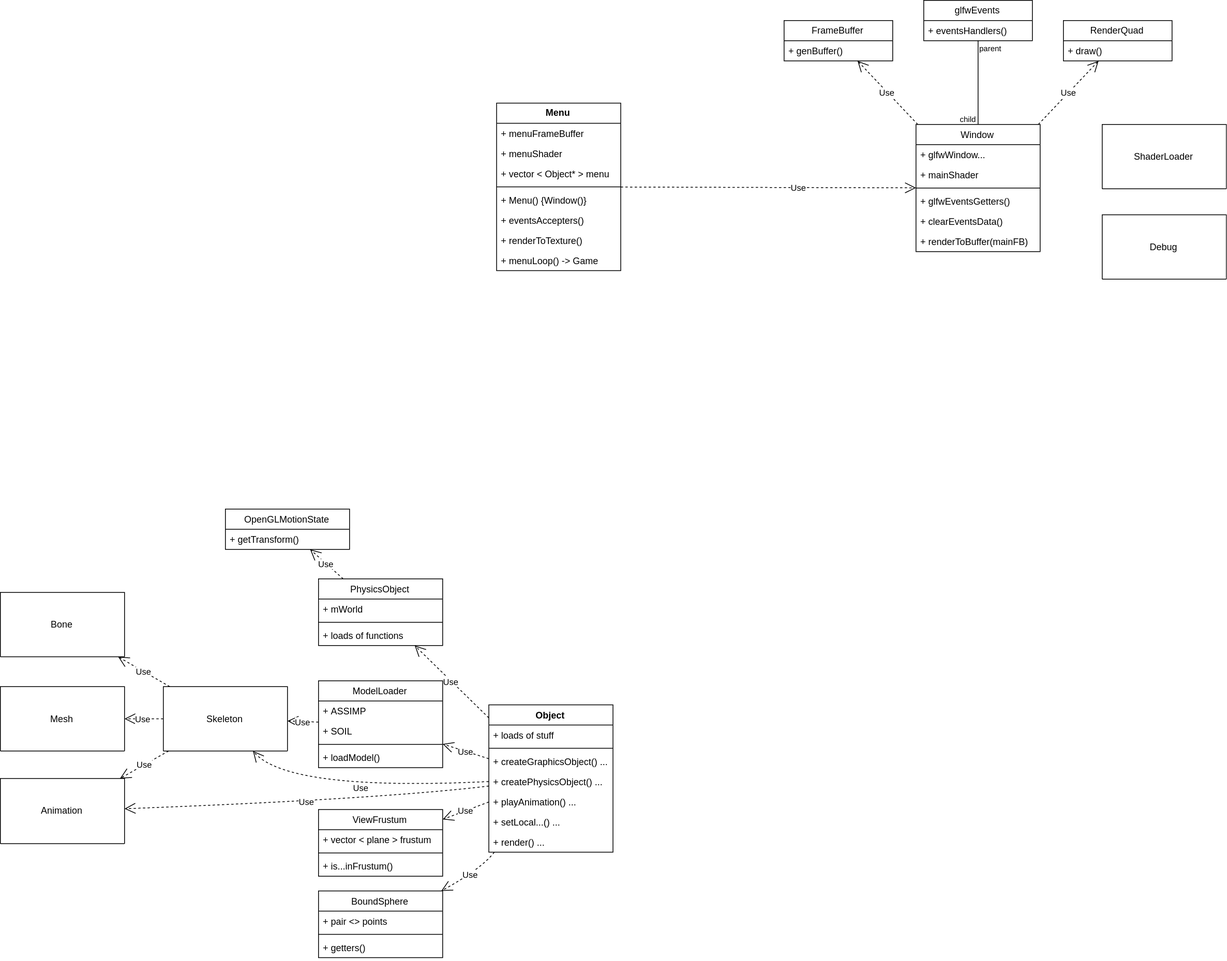
This is UML/current.png from Arvolear/Hide_and_Seek, a draw.io export, as it was before one commit. Source tidied: cells renumbered, new cells last; positions are measured from the earlier drawing's top-left corner, leaving out a move shared by most shapes.
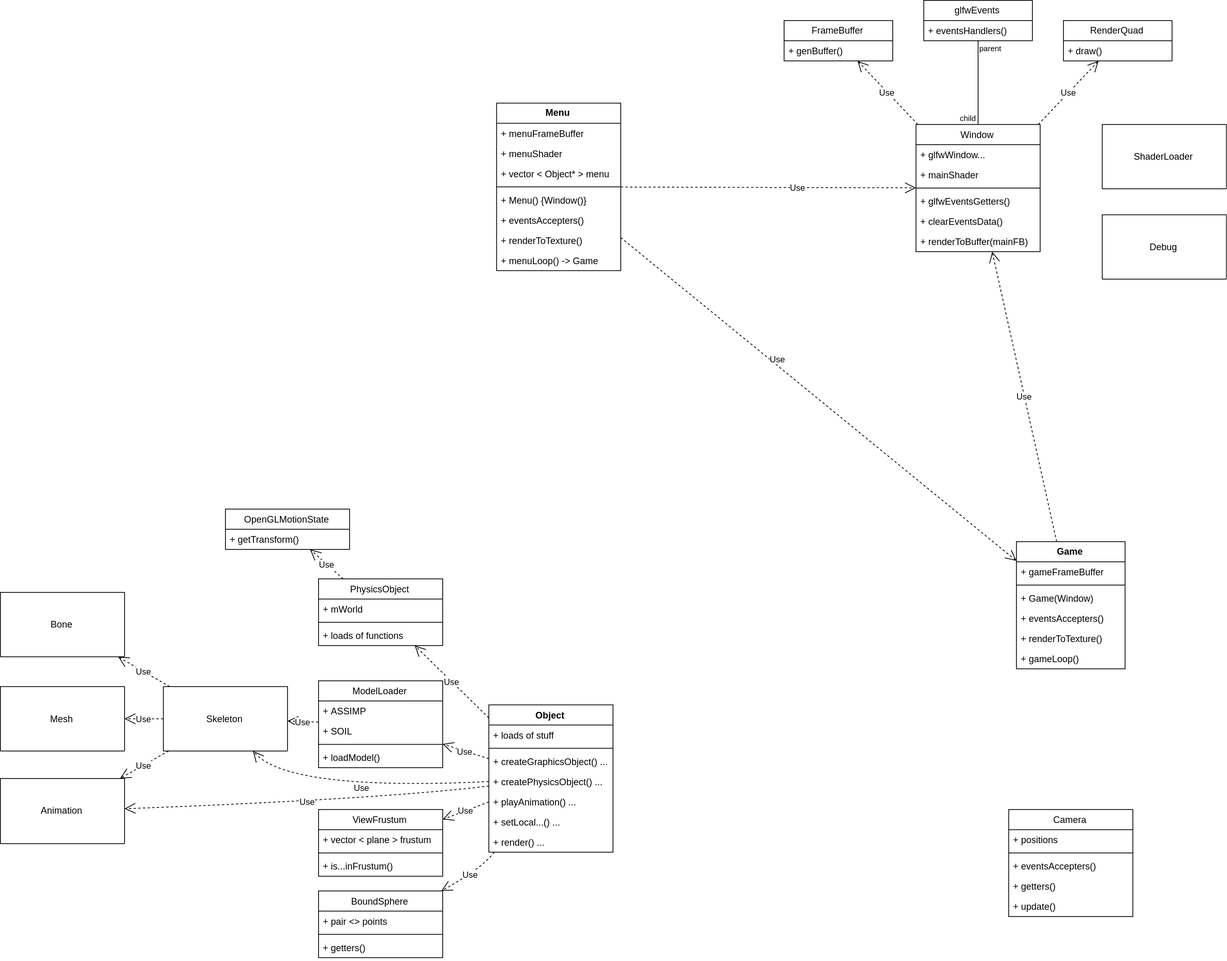
Above is the later version.

What changed in the source:
```diff
@@ -5,6 +5,9 @@
     <mxCell id="2" value="Use" style="endArrow=open;endSize=12;dashed=1;html=1;align=left;" parent="1" edge="1" source="3" target="12">
       <mxGeometry x="0.14" relative="1" as="geometry" />
     </mxCell>
+    <mxCell id="74" value="Use" style="endArrow=open;endSize=12;dashed=1;html=1;align=left;" parent="1" edge="1" source="3" target="75">
+      <mxGeometry x="-0.25" relative="1" as="geometry" />
+    </mxCell>
     <mxCell id="3" value="Menu" style="swimlane;fontStyle=1;horizontal=1;startSize=26;fillColor=none;" parent="1" vertex="1">
       <mxGeometry x="639.5" y="132.5" width="160" height="216" as="geometry" />
     </mxCell>
@@ -53,6 +56,45 @@
     <mxCell id="18" value="+ renderToBuffer(mainFB)" style="text;strokeColor=none;fillColor=none;align=left;verticalAlign=top;spacingLeft=4;spacingRight=4;overflow=hidden;" parent="12" vertex="1">
       <mxGeometry y="138" width="160" height="26" as="geometry" />
     </mxCell>
+    <mxCell id="75" value="Game" style="swimlane;fontStyle=1;horizontal=1;startSize=26;fillColor=none;" parent="1" vertex="1">
+      <mxGeometry x="1309.5" y="698" width="140" height="164" as="geometry" />
+    </mxCell>
+    <mxCell id="76" value="+ gameFrameBuffer" style="text;strokeColor=none;fillColor=none;align=left;verticalAlign=top;spacingLeft=4;spacingRight=4;overflow=hidden;" parent="75" vertex="1">
+      <mxGeometry y="26" width="140" height="26" as="geometry" />
+    </mxCell>
+    <mxCell id="77" style="line;strokeWidth=1;fillColor=none;align=left;verticalAlign=middle;spacingTop=-1;spacingLeft=3;spacingRight=3;labelPosition=right;" parent="75" vertex="1">
+      <mxGeometry y="52" width="140" height="8" as="geometry" />
+    </mxCell>
+    <mxCell id="78" value="+ Game(Window)" style="text;strokeColor=none;fillColor=none;align=left;verticalAlign=top;spacingLeft=4;spacingRight=4;overflow=hidden;" parent="75" vertex="1">
+      <mxGeometry y="60" width="140" height="26" as="geometry" />
+    </mxCell>
+    <mxCell id="79" value="+ eventsAccepters()" style="text;strokeColor=none;fillColor=none;align=left;verticalAlign=top;spacingLeft=4;spacingRight=4;overflow=hidden;" parent="75" vertex="1">
+      <mxGeometry y="86" width="140" height="26" as="geometry" />
+    </mxCell>
+    <mxCell id="80" value="+ renderToTexture()" style="text;strokeColor=none;fillColor=none;align=left;verticalAlign=top;spacingLeft=4;spacingRight=4;overflow=hidden;" parent="75" vertex="1">
+      <mxGeometry y="112" width="140" height="26" as="geometry" />
+    </mxCell>
+    <mxCell id="81" value="+ gameLoop()" style="text;strokeColor=none;fillColor=none;align=left;verticalAlign=top;spacingLeft=4;spacingRight=4;overflow=hidden;" parent="75" vertex="1">
+      <mxGeometry y="138" width="140" height="26" as="geometry" />
+    </mxCell>
+    <mxCell id="82" value="Camera" style="swimlane;fontStyle=0;align=center;verticalAlign=top;horizontal=1;startSize=26;" parent="1" vertex="1">
+      <mxGeometry x="1299.5" y="1043.5" width="160" height="138" as="geometry" />
+    </mxCell>
+    <mxCell id="83" value="+ positions" style="text;strokeColor=none;fillColor=none;align=left;verticalAlign=top;spacingLeft=4;spacingRight=4;overflow=hidden;" parent="82" vertex="1">
+      <mxGeometry y="26" width="160" height="26" as="geometry" />
+    </mxCell>
+    <mxCell id="84" style="line;strokeWidth=1;fillColor=none;align=left;verticalAlign=middle;spacingTop=-1;spacingLeft=3;spacingRight=3;labelPosition=right;" parent="82" vertex="1">
+      <mxGeometry y="52" width="160" height="8" as="geometry" />
+    </mxCell>
+    <mxCell id="85" value="+ eventsAccepters()" style="text;strokeColor=none;fillColor=none;align=left;verticalAlign=top;spacingLeft=4;spacingRight=4;overflow=hidden;" parent="82" vertex="1">
+      <mxGeometry y="60" width="160" height="26" as="geometry" />
+    </mxCell>
+    <mxCell id="86" value="+ getters()" style="text;strokeColor=none;fillColor=none;align=left;verticalAlign=top;spacingLeft=4;spacingRight=4;overflow=hidden;" parent="82" vertex="1">
+      <mxGeometry y="86" width="160" height="26" as="geometry" />
+    </mxCell>
+    <mxCell id="87" value="+ update()" style="text;strokeColor=none;fillColor=none;align=left;verticalAlign=top;spacingLeft=4;spacingRight=4;overflow=hidden;" parent="82" vertex="1">
+      <mxGeometry y="112" width="160" height="26" as="geometry" />
+    </mxCell>
     <mxCell id="19" value="Object" style="swimlane;fontStyle=1;align=center;verticalAlign=top;horizontal=1;startSize=26;" parent="1" vertex="1">
       <mxGeometry x="629.5" y="908.5" width="160" height="190" as="geometry" />
     </mxCell>
@@ -86,6 +128,9 @@
     <mxCell id="29" value="&#10;&#10;ShaderLoader&#10;" style="swimlane;fontStyle=0;align=center;verticalAlign=top;horizontal=1;startSize=86;" parent="1" vertex="1">
       <mxGeometry x="1420" y="160" width="160" height="83" as="geometry" />
     </mxCell>
+    <mxCell id="88" value="Use" style="endArrow=open;endSize=12;dashed=1;html=1;" parent="1" edge="1" source="75" target="12">
+      <mxGeometry relative="1" as="geometry" />
+    </mxCell>
     <mxCell id="30" value="PhysicsObject" style="swimlane;fontStyle=0;align=center;verticalAlign=top;horizontal=1;startSize=26;" parent="1" vertex="1">
       <mxGeometry x="410" y="746" width="160" height="86" as="geometry" />
     </mxCell>
```
